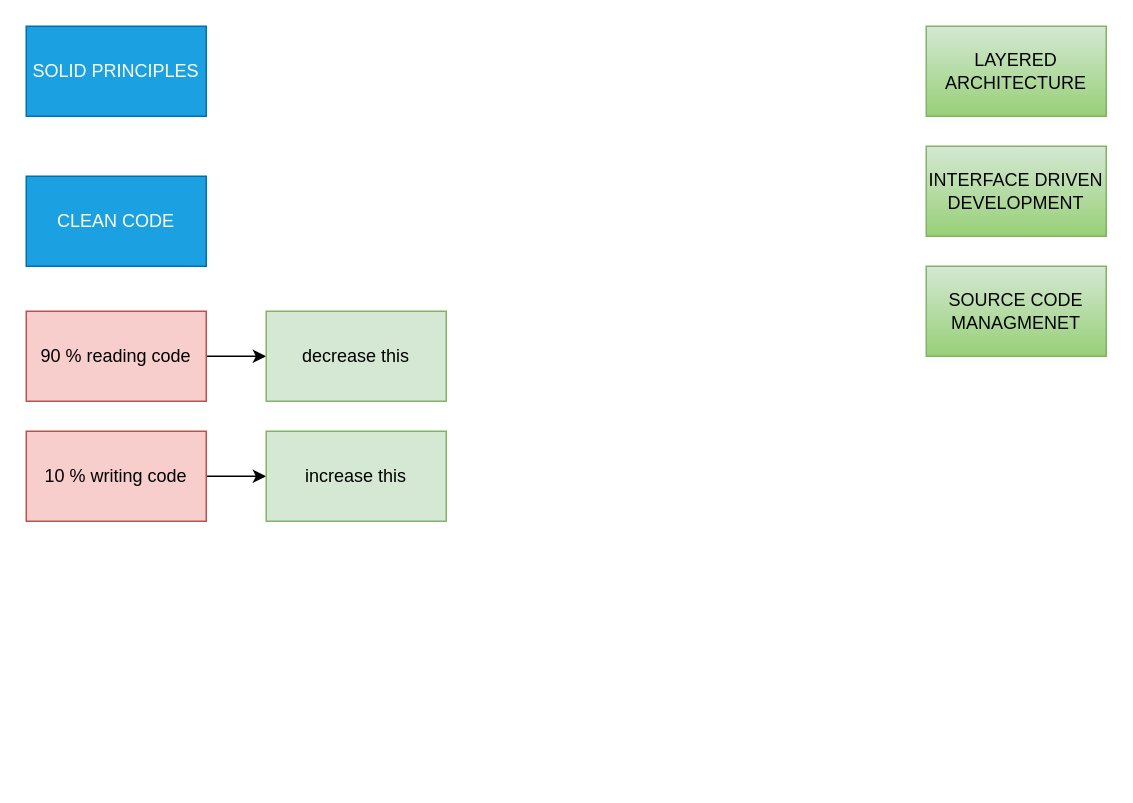
The draw.io diagram page "Best *" (6 of 6) of java/diagrams/java-workflow.drawio in aukokyong/jfs-master, before the edit. Source tidied: cells renumbered, new cells numbered last; positions are measured from the earlier drawing's top-left corner, leaving out a move shared by most shapes. Both pictures are drawn from the tidied source at 150%, with x=0, y=0 at pixel (26, 26).
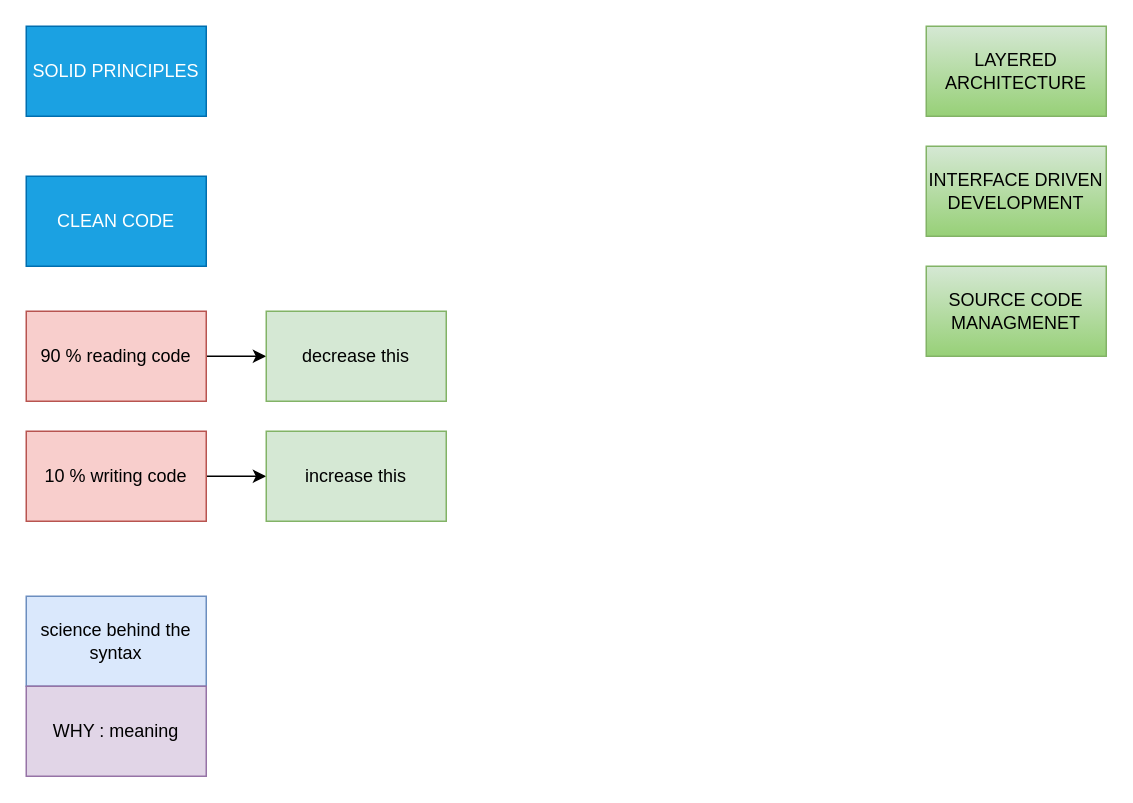
Above is the later version.

The edit, as a diff of the source:
```diff
@@
 <mxGraphModel>
   <root>
     <mxCell id="0" />
     <mxCell id="1" parent="0" />
     <mxCell id="2" value="SOLID PRINCIPLES" style="rounded=0;whiteSpace=wrap;html=1;fillColor=#1ba1e2;strokeColor=#006EAF;fontColor=#ffffff;" parent="1" vertex="1">
       <mxGeometry width="120" height="60" as="geometry" />
     </mxCell>
     <mxCell id="3" value="CLEAN CODE" style="rounded=0;whiteSpace=wrap;html=1;fillColor=#1ba1e2;strokeColor=#006EAF;fontColor=#ffffff;" parent="1" vertex="1">
       <mxGeometry y="100" width="120" height="60" as="geometry" />
     </mxCell>
     <mxCell id="4" value="LAYERED ARCHITECTURE" style="rounded=0;whiteSpace=wrap;html=1;gradientColor=#97d077;fillColor=#d5e8d4;strokeColor=#82b366;" parent="1" vertex="1">
       <mxGeometry x="600" width="120" height="60" as="geometry" />
     </mxCell>
     <mxCell id="5" value="INTERFACE DRIVEN DEVELOPMENT" style="rounded=0;whiteSpace=wrap;html=1;gradientColor=#97d077;fillColor=#d5e8d4;strokeColor=#82b366;" parent="1" vertex="1">
       <mxGeometry x="600" y="80" width="120" height="60" as="geometry" />
     </mxCell>
     <mxCell id="6" value="SOURCE CODE MANAGMENET" style="rounded=0;whiteSpace=wrap;html=1;gradientColor=#97d077;fillColor=#d5e8d4;strokeColor=#82b366;" parent="1" vertex="1">
       <mxGeometry x="600" y="160" width="120" height="60" as="geometry" />
     </mxCell>
     <mxCell id="7" style="edgeStyle=orthogonalEdgeStyle;rounded=0;jettySize=auto;html=1;" parent="1" edge="1" source="8" target="9">
       <mxGeometry relative="1" as="geometry" />
     </mxCell>
     <mxCell id="8" value="90 % reading code" style="rounded=0;whiteSpace=wrap;html=1;fillColor=#f8cecc;strokeColor=#b85450;" parent="1" vertex="1">
       <mxGeometry y="190" width="120" height="60" as="geometry" />
     </mxCell>
     <mxCell id="9" value="decrease this" style="rounded=0;whiteSpace=wrap;html=1;fillColor=#d5e8d4;strokeColor=#82b366;" parent="1" vertex="1">
       <mxGeometry x="160" y="190" width="120" height="60" as="geometry" />
     </mxCell>
     <mxCell id="10" style="edgeStyle=orthogonalEdgeStyle;rounded=0;jettySize=auto;html=1;" parent="1" edge="1" source="11" target="12">
       <mxGeometry relative="1" as="geometry" />
     </mxCell>
     <mxCell id="11" value="10 % writing code" style="rounded=0;whiteSpace=wrap;html=1;fillColor=#f8cecc;strokeColor=#b85450;" parent="1" vertex="1">
       <mxGeometry y="270" width="120" height="60" as="geometry" />
     </mxCell>
     <mxCell id="12" value="increase this" style="rounded=0;whiteSpace=wrap;html=1;fillColor=#d5e8d4;strokeColor=#82b366;" parent="1" vertex="1">
       <mxGeometry x="160" y="270" width="120" height="60" as="geometry" />
     </mxCell>
+    <mxCell id="13" value="science behind the syntax" style="rounded=0;whiteSpace=wrap;html=1;fillColor=#dae8fc;strokeColor=#6c8ebf;" parent="1" vertex="1">
+      <mxGeometry y="380" width="120" height="60" as="geometry" />
+    </mxCell>
+    <mxCell id="14" value="WHY : meaning" style="rounded=0;whiteSpace=wrap;html=1;fillColor=#e1d5e7;strokeColor=#9673a6;" parent="1" vertex="1">
+      <mxGeometry y="440" width="120" height="60" as="geometry" />
+    </mxCell>
   </root>
 </mxGraphModel>
```
